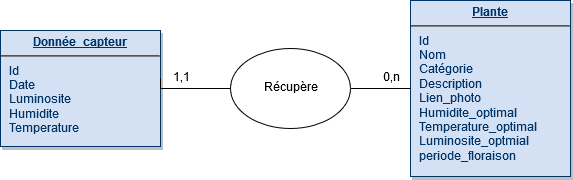
Earlier version of the draw.io export BDD/MCD.png (StevenD33/Plante_Connecte). Source tidied: cells renumbered, new cells last; positions are measured from the earlier drawing's top-left corner, leaving out a move shared by most shapes.
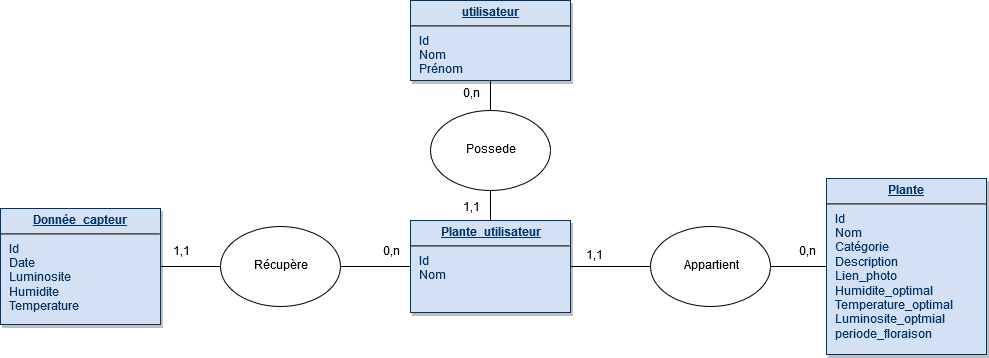
The same file after the commit.

Commit message:
Modif MCD

The edit, as a diff of the source:
```diff
@@ -3,27 +3,64 @@
     <mxCell id="0" />
     <mxCell id="1" parent="0" />
     <mxCell id="2" value="&lt;p style=&quot;margin: 0px ; margin-top: 4px ; text-align: center ; text-decoration: underline&quot;&gt;&lt;strong&gt;Plante&lt;br&gt;&lt;/strong&gt;&lt;/p&gt;&lt;hr&gt;&lt;p style=&quot;margin: 0px ; margin-left: 8px&quot;&gt;Id&lt;br&gt;&lt;/p&gt;&lt;p style=&quot;margin: 0px ; margin-left: 8px&quot;&gt;Nom&lt;br&gt;&lt;/p&gt;&lt;p style=&quot;margin: 0px ; margin-left: 8px&quot;&gt;Catégorie&lt;br&gt;&lt;/p&gt;&lt;p style=&quot;margin: 0px ; margin-left: 8px&quot;&gt;Description&lt;/p&gt;&lt;p style=&quot;margin: 0px ; margin-left: 8px&quot;&gt;Lien_photo&lt;br&gt;&lt;/p&gt;&lt;p style=&quot;margin: 0px ; margin-left: 8px&quot;&gt;Humidite_optimal&lt;br&gt;&lt;/p&gt;&lt;p style=&quot;margin: 0px ; margin-left: 8px&quot;&gt;Temperature_optimal&lt;br&gt;&lt;/p&gt;&lt;p style=&quot;margin: 0px ; margin-left: 8px&quot;&gt;Luminosite_optmial&lt;br&gt;&lt;/p&gt;&lt;p style=&quot;margin: 0px ; margin-left: 8px&quot;&gt;periode_floraison&lt;br&gt;&lt;/p&gt;" style="verticalAlign=top;align=left;overflow=fill;fontSize=12;fontFamily=Helvetica;html=1;strokeColor=#003366;shadow=1;fillColor=#D4E1F5;fontColor=#003366;" parent="1" vertex="1">
-      <mxGeometry x="410" width="160" height="176" as="geometry" />
+      <mxGeometry x="616" y="4" width="160" height="176" as="geometry" />
     </mxCell>
-    <mxCell id="3" style="endArrow=none;html=1;entryX=0;entryY=0.5;entryDx=0;entryDy=0;" parent="1" edge="1" target="2">
-      <mxGeometry relative="1" as="geometry">
-        <mxPoint x="160" y="88" as="sourcePoint" />
-      </mxGeometry>
+    <mxCell id="3" style="endArrow=none;html=1;entryX=0;entryY=0.5;entryDx=0;entryDy=0;exitX=1;exitY=0.5;exitDx=0;exitDy=0;" parent="1" edge="1" source="12" target="2">
+      <mxGeometry relative="1" as="geometry" />
     </mxCell>
     <mxCell id="4" value="&lt;p style=&quot;margin: 0px ; margin-top: 4px ; text-align: center ; text-decoration: underline&quot;&gt;&lt;strong&gt;Donnée_capteur&lt;br&gt;&lt;/strong&gt;&lt;/p&gt;&lt;hr&gt;&lt;p style=&quot;margin: 0px ; margin-left: 8px&quot;&gt;Id&lt;br&gt;&lt;/p&gt;&lt;p style=&quot;margin: 0px ; margin-left: 8px&quot;&gt;Date&lt;br&gt;&lt;/p&gt;&lt;p style=&quot;margin: 0px ; margin-left: 8px&quot;&gt;Luminosite&lt;br&gt;&lt;/p&gt;&lt;p style=&quot;margin: 0px ; margin-left: 8px&quot;&gt;Humidite&lt;br&gt;&lt;/p&gt;&lt;p style=&quot;margin: 0px ; margin-left: 8px&quot;&gt;Temperature&lt;br&gt;&lt;/p&gt;" style="verticalAlign=top;align=left;overflow=fill;fontSize=12;fontFamily=Helvetica;html=1;strokeColor=#003366;shadow=1;fillColor=#D4E1F5;fontColor=#003366;" parent="1" vertex="1">
-      <mxGeometry y="30" width="160" height="116" as="geometry" />
+      <mxGeometry x="-210" y="34" width="160" height="116" as="geometry" />
     </mxCell>
-    <mxCell id="5" value="Récupère" style="ellipse;whiteSpace=wrap;html=1;" parent="1" vertex="1">
-      <mxGeometry x="230" y="48" width="120" height="80" as="geometry" />
-    </mxCell>
     <mxCell id="6" value="0,n" style="text;html=1;strokeColor=none;fillColor=none;align=center;verticalAlign=middle;whiteSpace=wrap;rounded=0;" parent="1" vertex="1">
-      <mxGeometry x="370" y="68" width="40" height="20" as="geometry" />
+      <mxGeometry x="460" y="72" width="40" height="20" as="geometry" />
     </mxCell>
-    <mxCell id="7" value="1,1" style="text;html=1;strokeColor=none;fillColor=none;align=center;verticalAlign=middle;whiteSpace=wrap;rounded=0;" parent="1" vertex="1">
+    <mxCell id="7" value="0,n" style="text;html=1;strokeColor=none;fillColor=none;align=center;verticalAlign=middle;whiteSpace=wrap;rounded=0;" parent="1" vertex="1">
       <mxGeometry x="160" y="64" width="40" height="28" as="geometry" />
     </mxCell>
-    <mxCell id="8" style="endArrow=none;html=1;entryX=0;entryY=0.5;entryDx=0;entryDy=0;exitX=1;exitY=0.5;exitDx=0;exitDy=0;" parent="1" edge="1" source="4" target="7">
-      <mxGeometry relative="1" as="geometry" />
-    </mxCell>
+    <mxCell id="9" value="&lt;p style=&quot;margin: 0px ; margin-top: 4px ; text-align: center ; text-decoration: underline&quot;&gt;&lt;strong&gt;Plante_utilisateur&lt;/strong&gt;&lt;/p&gt;&lt;hr&gt;&lt;p style=&quot;margin: 0px ; margin-left: 8px&quot;&gt;Id&lt;br&gt;&lt;/p&gt;&lt;p style=&quot;margin: 0px ; margin-left: 8px&quot;&gt;Nom&lt;/p&gt;" style="verticalAlign=top;align=left;overflow=fill;fontSize=12;fontFamily=Helvetica;html=1;strokeColor=#003366;shadow=1;fillColor=#D4E1F5;fontColor=#003366;" parent="1" vertex="1">
+      <mxGeometry x="200" y="46" width="160" height="92" as="geometry" />
+    </mxCell>
+    <mxCell id="10" style="endArrow=none;html=1;entryX=1;entryY=0.5;entryDx=0;entryDy=0;exitX=0;exitY=0.5;exitDx=0;exitDy=0;" parent="1" edge="1" source="5" target="4">
+      <mxGeometry relative="1" as="geometry" />
+    </mxCell>
+    <mxCell id="5" value="Récupère" style="ellipse;whiteSpace=wrap;html=1;" parent="1" vertex="1">
+      <mxGeometry x="10" y="52" width="120" height="80" as="geometry" />
+    </mxCell>
+    <mxCell id="11" style="endArrow=none;html=1;entryX=1;entryY=0.5;entryDx=0;entryDy=0;exitX=0;exitY=0.5;exitDx=0;exitDy=0;" parent="1" edge="1" source="9" target="5">
+      <mxGeometry relative="1" as="geometry" />
+    </mxCell>
+    <mxCell id="12" value="Appartient" style="ellipse;whiteSpace=wrap;html=1;" parent="1" vertex="1">
+      <mxGeometry x="440" y="52" width="120" height="80" as="geometry" />
+    </mxCell>
+    <mxCell id="13" style="endArrow=none;html=1;entryX=0;entryY=0.5;entryDx=0;entryDy=0;exitX=1;exitY=0.5;exitDx=0;exitDy=0;" parent="1" edge="1" source="9" target="12">
+      <mxGeometry relative="1" as="geometry" />
+    </mxCell>
+    <mxCell id="14" style="edgeStyle=orthogonalEdgeStyle;rounded=0;orthogonalLoop=1;jettySize=auto;html=1;exitX=0.5;exitY=1;exitDx=0;exitDy=0;" parent="1" edge="1" source="9" target="9">
+      <mxGeometry relative="1" as="geometry" />
+    </mxCell>
+    <mxCell id="15" value="&lt;p style=&quot;margin: 0px ; margin-top: 4px ; text-align: center ; text-decoration: underline&quot;&gt;&lt;strong&gt;utilisateur&lt;br&gt;&lt;/strong&gt;&lt;/p&gt;&lt;hr&gt;&lt;p style=&quot;margin: 0px ; margin-left: 8px&quot;&gt;Id&lt;br&gt;&lt;/p&gt;&lt;p style=&quot;margin: 0px ; margin-left: 8px&quot;&gt;Nom&lt;/p&gt;&lt;p style=&quot;margin: 0px ; margin-left: 8px&quot;&gt;Prénom&lt;br&gt;&lt;/p&gt;" style="verticalAlign=top;align=left;overflow=fill;fontSize=12;fontFamily=Helvetica;html=1;strokeColor=#003366;shadow=1;fillColor=#D4E1F5;fontColor=#003366;" parent="1" vertex="1">
+      <mxGeometry x="200" y="-174" width="160" height="80" as="geometry" />
+    </mxCell>
+    <mxCell id="16" style="endArrow=none;html=1;entryX=0.5;entryY=1;entryDx=0;entryDy=0;exitX=0.5;exitY=0;exitDx=0;exitDy=0;" parent="1" edge="1" source="9" target="15">
+      <mxGeometry relative="1" as="geometry" />
+    </mxCell>
+    <mxCell id="17" value="Possede" style="ellipse;whiteSpace=wrap;html=1;" parent="1" vertex="1">
+      <mxGeometry x="220" y="-64" width="120" height="80" as="geometry" />
+    </mxCell>
+    <mxCell id="18" value="0,n" style="text;html=1;strokeColor=none;fillColor=none;align=center;verticalAlign=middle;whiteSpace=wrap;rounded=0;" parent="1" vertex="1">
+      <mxGeometry x="240" y="-94" width="40" height="28" as="geometry" />
+    </mxCell>
+    <mxCell id="19" value="1,1" style="text;html=1;strokeColor=none;fillColor=none;align=center;verticalAlign=middle;whiteSpace=wrap;rounded=0;" parent="1" vertex="1">
+      <mxGeometry x="240" y="20" width="40" height="28" as="geometry" />
+    </mxCell>
+    <mxCell id="20" value="1,1" style="text;html=1;strokeColor=none;fillColor=none;align=center;verticalAlign=middle;whiteSpace=wrap;rounded=0;" parent="1" vertex="1">
+      <mxGeometry x="-50" y="64" width="40" height="28" as="geometry" />
+    </mxCell>
+    <mxCell id="21" value="1,1" style="text;html=1;strokeColor=none;fillColor=none;align=center;verticalAlign=middle;whiteSpace=wrap;rounded=0;" parent="1" vertex="1">
+      <mxGeometry x="363" y="68" width="40" height="28" as="geometry" />
+    </mxCell>
+    <mxCell id="22" value="0,n" style="text;html=1;strokeColor=none;fillColor=none;align=center;verticalAlign=middle;whiteSpace=wrap;rounded=0;" parent="1" vertex="1">
+      <mxGeometry x="576" y="64" width="40" height="28" as="geometry" />
+    </mxCell>
   </root>
 </mxGraphModel>
```
